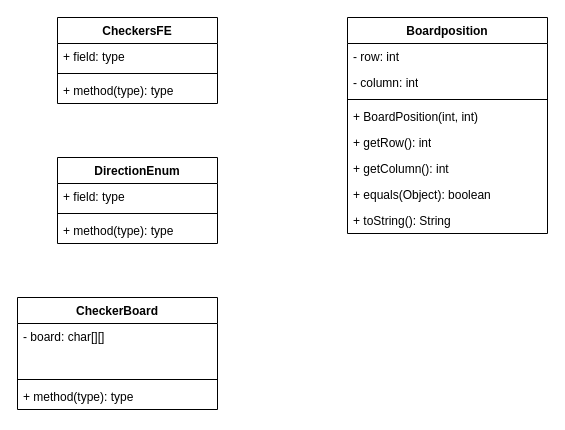
Before: CheckersUML.drawio in ksurisetty11/checkers-project, a draw.io diagram. Source tidied: cells renumbered, new cells numbered last; positions are measured from the earlier drawing's top-left corner, leaving out a move shared by most shapes. Both pictures are drawn from the tidied source at 100%, with x=0, y=0 at pixel (17, 17).
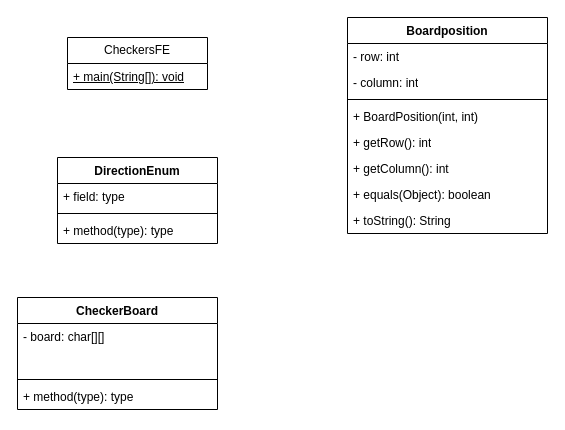
After the change.

What changed in the source:
```diff
@@
-    <mxCell id="2" value="CheckersFE" style="swimlane;fontStyle=1;align=center;verticalAlign=top;horizontal=1;startSize=26;whiteSpace=wrap;html=1;" parent="1" vertex="1">
-      <mxGeometry x="40" width="160" height="86" as="geometry" />
-    </mxCell>
-    <mxCell id="3" value="+ field: type" style="text;strokeColor=none;fillColor=none;align=left;verticalAlign=top;spacingLeft=4;spacingRight=4;overflow=hidden;whiteSpace=wrap;html=1;" parent="2" vertex="1">
-      <mxGeometry y="26" width="160" height="26" as="geometry" />
-    </mxCell>
-    <mxCell id="4" style="line;strokeWidth=1;fillColor=none;align=left;verticalAlign=middle;spacingTop=-1;spacingLeft=3;spacingRight=3;labelPosition=right;strokeColor=inherit;" parent="2" vertex="1">
-      <mxGeometry y="52" width="160" height="8" as="geometry" />
-    </mxCell>
-    <mxCell id="5" value="+ method(type): type" style="text;strokeColor=none;fillColor=none;align=left;verticalAlign=top;spacingLeft=4;spacingRight=4;overflow=hidden;whiteSpace=wrap;html=1;" parent="2" vertex="1">
-      <mxGeometry y="60" width="160" height="26" as="geometry" />
-    </mxCell>
@@
+    <mxCell id="2" value="CheckersFE" style="swimlane;fontStyle=0;horizontal=1;startSize=26;fillColor=none;whiteSpace=wrap;html=1;" parent="1" vertex="1">
+      <mxGeometry x="50" y="20" width="140" height="52" as="geometry" />
+    </mxCell>
+    <mxCell id="24" value="&lt;u&gt;+ main(String[]): void&lt;/u&gt;" style="text;strokeColor=none;fillColor=none;align=left;verticalAlign=top;spacingLeft=4;spacingRight=4;overflow=hidden;whiteSpace=wrap;html=1;" parent="2" vertex="1">
+      <mxGeometry y="26" width="140" height="26" as="geometry" />
+    </mxCell>
```
